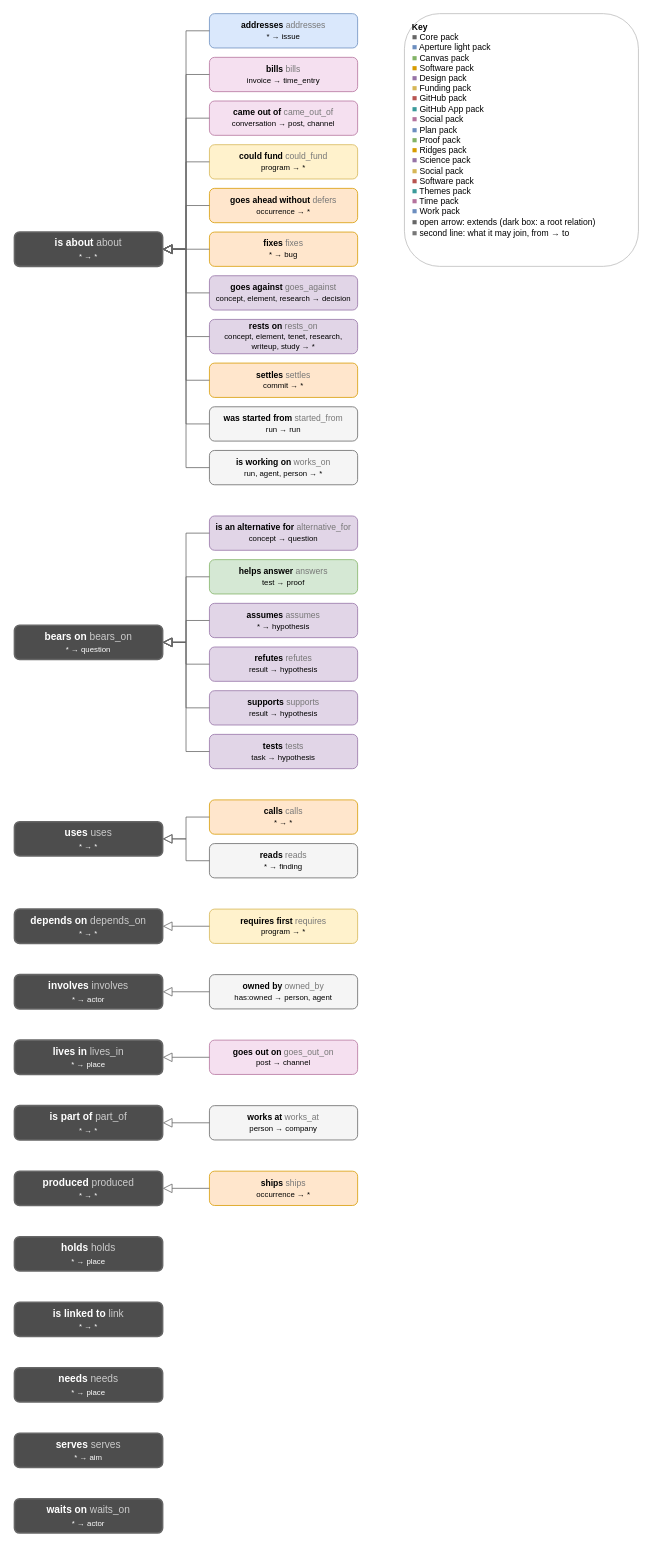
AlexReiner98/archipelago keeps this draw.io diagram as page "Types: relations" (2 of 3) of docs/diagrams/types.drawio. Above is the earlier version. Source tidied: cells renumbered, new cells numbered last; positions are measured from the earlier drawing's top-left corner, leaving out a move shared by most shapes. Both pictures are drawn from the tidied source at 78%, with x=0, y=0 at pixel (14, 13).
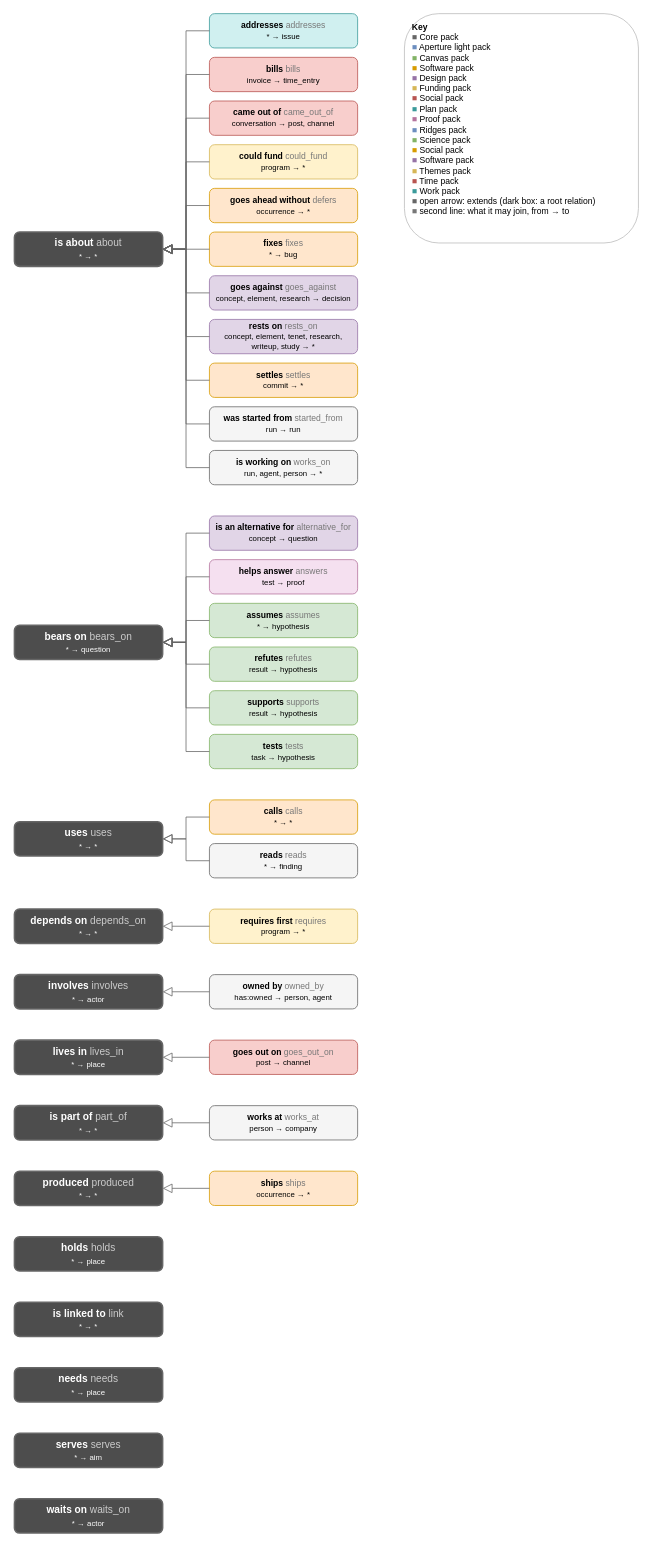
The same diagram, later.

The edit, as a diff of the source:
```diff
@@
-    <mxCell id="2" value="&lt;b&gt;addresses&lt;/b&gt; &lt;font color=&quot;#777777&quot;&gt;addresses&lt;/font&gt;&lt;br&gt;&lt;font style=&quot;font-size:10px&quot;&gt;* → issue&lt;/font&gt;" style="rounded=1;html=1;whiteSpace=wrap;fontSize=11;fillColor=#dae8fc;fontColor=#000000;strokeColor=#6c8ebf;strokeWidth=1;" parent="1" vertex="1">
+    <mxCell id="2" value="&lt;b&gt;addresses&lt;/b&gt; &lt;font color=&quot;#777777&quot;&gt;addresses&lt;/font&gt;&lt;br&gt;&lt;font style=&quot;font-size:10px&quot;&gt;* → issue&lt;/font&gt;" style="rounded=1;html=1;whiteSpace=wrap;fontSize=11;fillColor=#d0f0f0;fontColor=#000000;strokeColor=#3a9a9a;strokeWidth=1;" parent="1" vertex="1">
       <mxGeometry x="250" width="190" height="44" as="geometry" />
     </mxCell>
-    <mxCell id="3" value="&lt;b&gt;bills&lt;/b&gt; &lt;font color=&quot;#777777&quot;&gt;bills&lt;/font&gt;&lt;br&gt;&lt;font style=&quot;font-size:10px&quot;&gt;invoice → time_entry&lt;/font&gt;" style="rounded=1;html=1;whiteSpace=wrap;fontSize=11;fillColor=#f5e0f0;fontColor=#000000;strokeColor=#b5739d;strokeWidth=1;" parent="1" vertex="1">
+    <mxCell id="3" value="&lt;b&gt;bills&lt;/b&gt; &lt;font color=&quot;#777777&quot;&gt;bills&lt;/font&gt;&lt;br&gt;&lt;font style=&quot;font-size:10px&quot;&gt;invoice → time_entry&lt;/font&gt;" style="rounded=1;html=1;whiteSpace=wrap;fontSize=11;fillColor=#f8cecc;fontColor=#000000;strokeColor=#b85450;strokeWidth=1;" parent="1" vertex="1">
       <mxGeometry x="250" y="56" width="190" height="44" as="geometry" />
     </mxCell>
-    <mxCell id="4" value="&lt;b&gt;came out of&lt;/b&gt; &lt;font color=&quot;#777777&quot;&gt;came_out_of&lt;/font&gt;&lt;br&gt;&lt;font style=&quot;font-size:10px&quot;&gt;conversation → post, channel&lt;/font&gt;" style="rounded=1;html=1;whiteSpace=wrap;fontSize=11;fillColor=#f5e0f0;fontColor=#000000;strokeColor=#b5739d;strokeWidth=1;" parent="1" vertex="1">
+    <mxCell id="4" value="&lt;b&gt;came out of&lt;/b&gt; &lt;font color=&quot;#777777&quot;&gt;came_out_of&lt;/font&gt;&lt;br&gt;&lt;font style=&quot;font-size:10px&quot;&gt;conversation → post, channel&lt;/font&gt;" style="rounded=1;html=1;whiteSpace=wrap;fontSize=11;fillColor=#f8cecc;fontColor=#000000;strokeColor=#b85450;strokeWidth=1;" parent="1" vertex="1">
       <mxGeometry x="250" y="112" width="190" height="44" as="geometry" />
     </mxCell>
@@
-    <mxCell id="15" value="&lt;b&gt;helps answer&lt;/b&gt; &lt;font color=&quot;#777777&quot;&gt;answers&lt;/font&gt;&lt;br&gt;&lt;font style=&quot;font-size:10px&quot;&gt;test → proof&lt;/font&gt;" style="rounded=1;html=1;whiteSpace=wrap;fontSize=11;fillColor=#d5e8d4;fontColor=#000000;strokeColor=#82b366;strokeWidth=1;" parent="1" vertex="1">
+    <mxCell id="15" value="&lt;b&gt;helps answer&lt;/b&gt; &lt;font color=&quot;#777777&quot;&gt;answers&lt;/font&gt;&lt;br&gt;&lt;font style=&quot;font-size:10px&quot;&gt;test → proof&lt;/font&gt;" style="rounded=1;html=1;whiteSpace=wrap;fontSize=11;fillColor=#f5e0f0;fontColor=#000000;strokeColor=#b5739d;strokeWidth=1;" parent="1" vertex="1">
       <mxGeometry x="250" y="700" width="190" height="44" as="geometry" />
     </mxCell>
-    <mxCell id="16" value="&lt;b&gt;assumes&lt;/b&gt; &lt;font color=&quot;#777777&quot;&gt;assumes&lt;/font&gt;&lt;br&gt;&lt;font style=&quot;font-size:10px&quot;&gt;* → hypothesis&lt;/font&gt;" style="rounded=1;html=1;whiteSpace=wrap;fontSize=11;fillColor=#e1d5e7;fontColor=#000000;strokeColor=#9673a6;strokeWidth=1;" parent="1" vertex="1">
+    <mxCell id="16" value="&lt;b&gt;assumes&lt;/b&gt; &lt;font color=&quot;#777777&quot;&gt;assumes&lt;/font&gt;&lt;br&gt;&lt;font style=&quot;font-size:10px&quot;&gt;* → hypothesis&lt;/font&gt;" style="rounded=1;html=1;whiteSpace=wrap;fontSize=11;fillColor=#d5e8d4;fontColor=#000000;strokeColor=#82b366;strokeWidth=1;" parent="1" vertex="1">
       <mxGeometry x="250" y="756" width="190" height="44" as="geometry" />
     </mxCell>
-    <mxCell id="17" value="&lt;b&gt;refutes&lt;/b&gt; &lt;font color=&quot;#777777&quot;&gt;refutes&lt;/font&gt;&lt;br&gt;&lt;font style=&quot;font-size:10px&quot;&gt;result → hypothesis&lt;/font&gt;" style="rounded=1;html=1;whiteSpace=wrap;fontSize=11;fillColor=#e1d5e7;fontColor=#000000;strokeColor=#9673a6;strokeWidth=1;" parent="1" vertex="1">
+    <mxCell id="17" value="&lt;b&gt;refutes&lt;/b&gt; &lt;font color=&quot;#777777&quot;&gt;refutes&lt;/font&gt;&lt;br&gt;&lt;font style=&quot;font-size:10px&quot;&gt;result → hypothesis&lt;/font&gt;" style="rounded=1;html=1;whiteSpace=wrap;fontSize=11;fillColor=#d5e8d4;fontColor=#000000;strokeColor=#82b366;strokeWidth=1;" parent="1" vertex="1">
       <mxGeometry x="250" y="812" width="190" height="44" as="geometry" />
     </mxCell>
-    <mxCell id="18" value="&lt;b&gt;supports&lt;/b&gt; &lt;font color=&quot;#777777&quot;&gt;supports&lt;/font&gt;&lt;br&gt;&lt;font style=&quot;font-size:10px&quot;&gt;result → hypothesis&lt;/font&gt;" style="rounded=1;html=1;whiteSpace=wrap;fontSize=11;fillColor=#e1d5e7;fontColor=#000000;strokeColor=#9673a6;strokeWidth=1;" parent="1" vertex="1">
+    <mxCell id="18" value="&lt;b&gt;supports&lt;/b&gt; &lt;font color=&quot;#777777&quot;&gt;supports&lt;/font&gt;&lt;br&gt;&lt;font style=&quot;font-size:10px&quot;&gt;result → hypothesis&lt;/font&gt;" style="rounded=1;html=1;whiteSpace=wrap;fontSize=11;fillColor=#d5e8d4;fontColor=#000000;strokeColor=#82b366;strokeWidth=1;" parent="1" vertex="1">
       <mxGeometry x="250" y="868" width="190" height="44" as="geometry" />
     </mxCell>
-    <mxCell id="19" value="&lt;b&gt;tests&lt;/b&gt; &lt;font color=&quot;#777777&quot;&gt;tests&lt;/font&gt;&lt;br&gt;&lt;font style=&quot;font-size:10px&quot;&gt;task → hypothesis&lt;/font&gt;" style="rounded=1;html=1;whiteSpace=wrap;fontSize=11;fillColor=#e1d5e7;fontColor=#000000;strokeColor=#9673a6;strokeWidth=1;" parent="1" vertex="1">
+    <mxCell id="19" value="&lt;b&gt;tests&lt;/b&gt; &lt;font color=&quot;#777777&quot;&gt;tests&lt;/font&gt;&lt;br&gt;&lt;font style=&quot;font-size:10px&quot;&gt;task → hypothesis&lt;/font&gt;" style="rounded=1;html=1;whiteSpace=wrap;fontSize=11;fillColor=#d5e8d4;fontColor=#000000;strokeColor=#82b366;strokeWidth=1;" parent="1" vertex="1">
       <mxGeometry x="250" y="924" width="190" height="44" as="geometry" />
     </mxCell>
@@
-    <mxCell id="28" value="&lt;b&gt;goes out on&lt;/b&gt; &lt;font color=&quot;#777777&quot;&gt;goes_out_on&lt;/font&gt;&lt;br&gt;&lt;font style=&quot;font-size:10px&quot;&gt;post → channel&lt;/font&gt;" style="rounded=1;html=1;whiteSpace=wrap;fontSize=11;fillColor=#f5e0f0;fontColor=#000000;strokeColor=#b5739d;strokeWidth=1;" parent="1" vertex="1">
+    <mxCell id="28" value="&lt;b&gt;goes out on&lt;/b&gt; &lt;font color=&quot;#777777&quot;&gt;goes_out_on&lt;/font&gt;&lt;br&gt;&lt;font style=&quot;font-size:10px&quot;&gt;post → channel&lt;/font&gt;" style="rounded=1;html=1;whiteSpace=wrap;fontSize=11;fillColor=#f8cecc;fontColor=#000000;strokeColor=#b85450;strokeWidth=1;" parent="1" vertex="1">
       <mxGeometry x="250" y="1316" width="190" height="44" as="geometry" />
     </mxCell>
@@
-    <mxCell id="39" value="&lt;b&gt;Key&lt;/b&gt;&lt;br&gt;&lt;font color=&quot;#666666&quot;&gt;■&lt;/font&gt; Core pack&lt;br&gt;&lt;font color=&quot;#6c8ebf&quot;&gt;■&lt;/font&gt; Aperture light pack&lt;br&gt;&lt;font color=&quot;#82b366&quot;&gt;■&lt;/font&gt; Canvas pack&lt;br&gt;&lt;font color=&quot;#d79b00&quot;&gt;■&lt;/font&gt; Software pack&lt;br&gt;&lt;font color=&quot;#9673a6&quot;&gt;■&lt;/font&gt; Design pack&lt;br&gt;&lt;font color=&quot;#d6b656&quot;&gt;■&lt;/font&gt; Funding pack&lt;br&gt;&lt;font color=&quot;#b85450&quot;&gt;■&lt;/font&gt; GitHub pack&lt;br&gt;&lt;font color=&quot;#3a9a9a&quot;&gt;■&lt;/font&gt; GitHub App pack&lt;br&gt;&lt;font color=&quot;#b5739d&quot;&gt;■&lt;/font&gt; Social pack&lt;br&gt;&lt;font color=&quot;#6c8ebf&quot;&gt;■&lt;/font&gt; Plan pack&lt;br&gt;&lt;font color=&quot;#82b366&quot;&gt;■&lt;/font&gt; Proof pack&lt;br&gt;&lt;font color=&quot;#d79b00&quot;&gt;■&lt;/font&gt; Ridges pack&lt;br&gt;&lt;font color=&quot;#9673a6&quot;&gt;■&lt;/font&gt; Science pack&lt;br&gt;&lt;font color=&quot;#d6b656&quot;&gt;■&lt;/font&gt; Social pack&lt;br&gt;&lt;font color=&quot;#b85450&quot;&gt;■&lt;/font&gt; Software pack&lt;br&gt;&lt;font color=&quot;#3a9a9a&quot;&gt;■&lt;/font&gt; Themes pack&lt;br&gt;&lt;font color=&quot;#b5739d&quot;&gt;■&lt;/font&gt; Time pack&lt;br&gt;&lt;font color=&quot;#6c8ebf&quot;&gt;■&lt;/font&gt; Work pack&lt;br&gt;&lt;font color=&quot;#666666&quot;&gt;■&lt;/font&gt; open arrow: extends (dark box: a root relation)&lt;br&gt;&lt;font color=&quot;#777777&quot;&gt;■&lt;/font&gt; second line: what it may join, from → to" style="rounded=1;html=1;whiteSpace=wrap;align=left;verticalAlign=top;spacingLeft=8;spacingTop=4;fillColor=#ffffff;strokeColor=#bbbbbb;fontSize=11;" parent="1" vertex="1">
-      <mxGeometry x="500" width="300" height="324" as="geometry" />
+    <mxCell id="39" value="&lt;b&gt;Key&lt;/b&gt;&lt;br&gt;&lt;font color=&quot;#666666&quot;&gt;■&lt;/font&gt; Core pack&lt;br&gt;&lt;font color=&quot;#6c8ebf&quot;&gt;■&lt;/font&gt; Aperture light pack&lt;br&gt;&lt;font color=&quot;#82b366&quot;&gt;■&lt;/font&gt; Canvas pack&lt;br&gt;&lt;font color=&quot;#d79b00&quot;&gt;■&lt;/font&gt; Software pack&lt;br&gt;&lt;font color=&quot;#9673a6&quot;&gt;■&lt;/font&gt; Design pack&lt;br&gt;&lt;font color=&quot;#d6b656&quot;&gt;■&lt;/font&gt; Funding pack&lt;br&gt;&lt;font color=&quot;#b85450&quot;&gt;■&lt;/font&gt; Social pack&lt;br&gt;&lt;font color=&quot;#3a9a9a&quot;&gt;■&lt;/font&gt; Plan pack&lt;br&gt;&lt;font color=&quot;#b5739d&quot;&gt;■&lt;/font&gt; Proof pack&lt;br&gt;&lt;font color=&quot;#6c8ebf&quot;&gt;■&lt;/font&gt; Ridges pack&lt;br&gt;&lt;font color=&quot;#82b366&quot;&gt;■&lt;/font&gt; Science pack&lt;br&gt;&lt;font color=&quot;#d79b00&quot;&gt;■&lt;/font&gt; Social pack&lt;br&gt;&lt;font color=&quot;#9673a6&quot;&gt;■&lt;/font&gt; Software pack&lt;br&gt;&lt;font color=&quot;#d6b656&quot;&gt;■&lt;/font&gt; Themes pack&lt;br&gt;&lt;font color=&quot;#b85450&quot;&gt;■&lt;/font&gt; Time pack&lt;br&gt;&lt;font color=&quot;#3a9a9a&quot;&gt;■&lt;/font&gt; Work pack&lt;br&gt;&lt;font color=&quot;#666666&quot;&gt;■&lt;/font&gt; open arrow: extends (dark box: a root relation)&lt;br&gt;&lt;font color=&quot;#777777&quot;&gt;■&lt;/font&gt; second line: what it may join, from → to" style="rounded=1;html=1;whiteSpace=wrap;align=left;verticalAlign=top;spacingLeft=8;spacingTop=4;fillColor=#ffffff;strokeColor=#bbbbbb;fontSize=11;" parent="1" vertex="1">
+      <mxGeometry x="500" width="300" height="294" as="geometry" />
     </mxCell>
```
